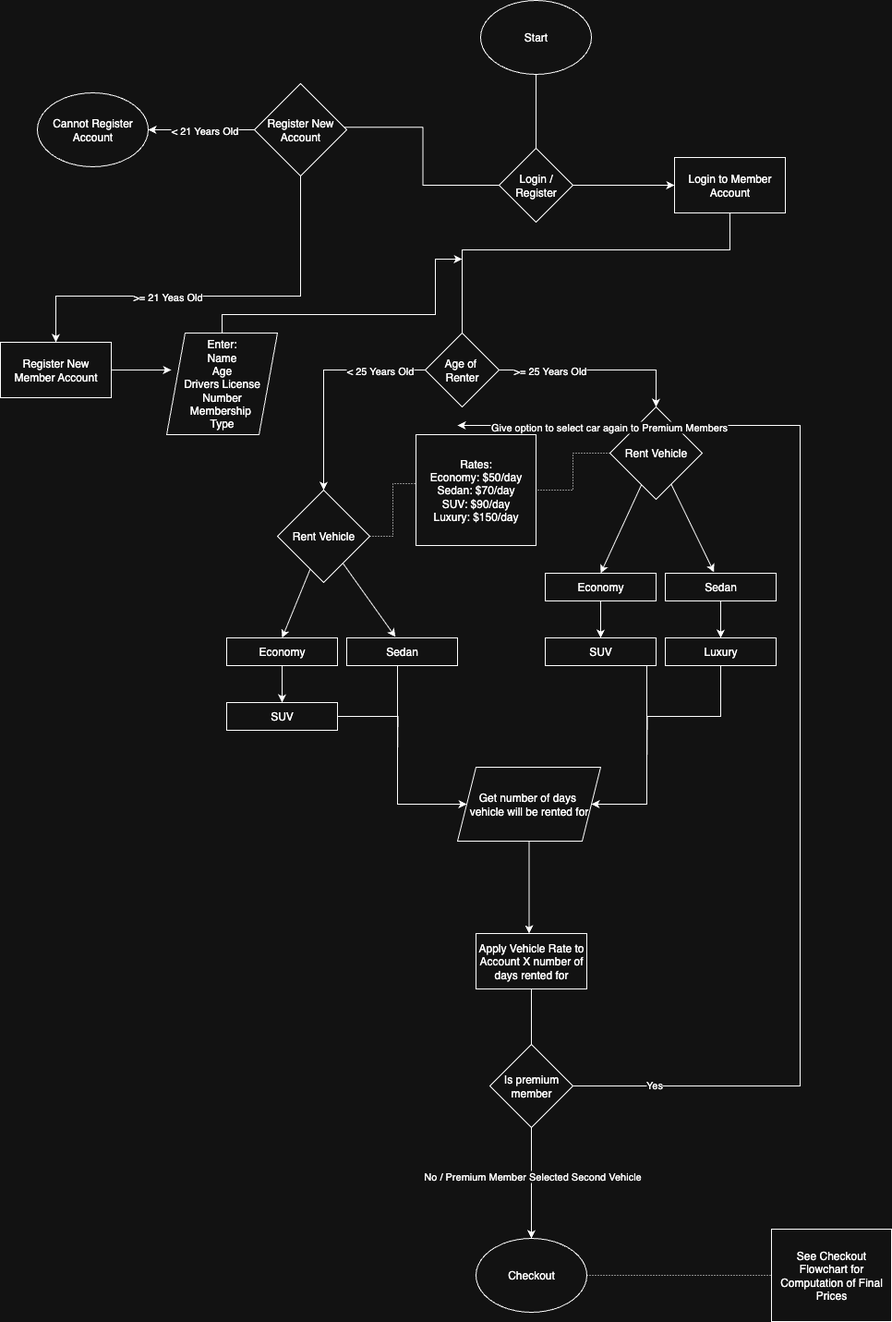
Above: Milestone0.2/Flowcharts/PNGs/[Member Log in and Registration] and [Car Rental Process] Flowchart.drawio.png in Ivanq50/CptS422Project (draw.io), before the change. Source tidied: cells renumbered, new cells last; positions are measured from the earlier drawing's top-left corner, leaving out a move shared by most shapes. Source of this version:
```xml
<mxGraphModel>
  <root>
    <mxCell id="0" />
    <mxCell id="1" parent="0" />
    <mxCell id="2" style="edgeStyle=orthogonalEdgeStyle;rounded=0;jettySize=auto;html=1;endArrow=none;endFill=0;" parent="1" edge="1" source="3" target="6">
      <mxGeometry relative="1" as="geometry" />
    </mxCell>
    <mxCell id="3" value="Start" style="ellipse;whiteSpace=wrap;html=1;" parent="1" vertex="1">
      <mxGeometry x="520" width="120" height="80" as="geometry" />
    </mxCell>
    <mxCell id="4" style="edgeStyle=orthogonalEdgeStyle;rounded=0;jettySize=auto;html=1;entryX=0.945;entryY=0.473;entryDx=0;entryDy=0;entryPerimeter=0;endArrow=none;endFill=0;" parent="1" edge="1" source="6" target="41">
      <mxGeometry relative="1" as="geometry" />
    </mxCell>
    <mxCell id="5" style="edgeStyle=orthogonalEdgeStyle;rounded=0;jettySize=auto;html=1;" parent="1" edge="1" source="6" target="8">
      <mxGeometry relative="1" as="geometry" />
    </mxCell>
    <mxCell id="6" value="Login / Register" style="rhombus;whiteSpace=wrap;html=1;" parent="1" vertex="1">
      <mxGeometry x="540" y="160" width="80" height="80" as="geometry" />
    </mxCell>
    <mxCell id="7" style="edgeStyle=orthogonalEdgeStyle;rounded=0;jettySize=auto;html=1;entryX=0.5;entryY=0;entryDx=0;entryDy=0;endArrow=none;endFill=0;" parent="1" edge="1" source="8" target="35">
      <mxGeometry relative="1" as="geometry">
        <Array as="points">
          <mxPoint x="790" y="270" />
          <mxPoint x="500" y="270" />
        </Array>
      </mxGeometry>
    </mxCell>
    <mxCell id="8" value="Login to Member Account" style="rounded=0;whiteSpace=wrap;html=1;" parent="1" vertex="1">
      <mxGeometry x="730" y="170" width="120" height="60" as="geometry" />
    </mxCell>
    <mxCell id="9" style="rounded=0;jettySize=auto;html=1;entryX=0.5;entryY=0;entryDx=0;entryDy=0;" parent="1" edge="1" source="12" target="15">
      <mxGeometry relative="1" as="geometry" />
    </mxCell>
    <mxCell id="10" style="rounded=0;jettySize=auto;html=1;entryX=0.44;entryY=-0.033;entryDx=0;entryDy=0;entryPerimeter=0;" parent="1" edge="1" source="12" target="21">
      <mxGeometry relative="1" as="geometry" />
    </mxCell>
    <mxCell id="11" style="edgeStyle=orthogonalEdgeStyle;rounded=0;jettySize=auto;html=1;endArrow=none;endFill=0;dashed=1;dashPattern=1 2;" parent="1" edge="1" source="12" target="13">
      <mxGeometry relative="1" as="geometry" />
    </mxCell>
    <mxCell id="12" value="Rent Vehicle" style="rhombus;whiteSpace=wrap;html=1;" parent="1" vertex="1">
      <mxGeometry x="660" y="440" width="100" height="100" as="geometry" />
    </mxCell>
    <mxCell id="13" value="Rates:&lt;br&gt;&lt;div&gt;Economy: $50/day&lt;/div&gt;&lt;div&gt;Sedan: $70/day&lt;/div&gt;&lt;div&gt;SUV: $90/day&lt;/div&gt;&lt;div&gt;Luxury: $150/day&lt;/div&gt;" style="rounded=0;whiteSpace=wrap;html=1;" parent="1" vertex="1">
      <mxGeometry x="450" y="470" width="130" height="120" as="geometry" />
    </mxCell>
    <mxCell id="14" style="edgeStyle=orthogonalEdgeStyle;rounded=0;jettySize=auto;html=1;" parent="1" edge="1" source="15" target="19">
      <mxGeometry relative="1" as="geometry" />
    </mxCell>
    <mxCell id="15" value="Economy" style="rounded=0;whiteSpace=wrap;html=1;" parent="1" vertex="1">
      <mxGeometry x="590" y="620" width="120" height="30" as="geometry" />
    </mxCell>
    <mxCell id="16" style="edgeStyle=orthogonalEdgeStyle;rounded=0;jettySize=auto;html=1;exitX=0.5;exitY=1;exitDx=0;exitDy=0;endArrow=none;endFill=0;" parent="1" edge="1" source="17">
      <mxGeometry relative="1" as="geometry">
        <mxPoint x="700" y="830" as="targetPoint" />
      </mxGeometry>
    </mxCell>
    <mxCell id="17" value="Luxury" style="rounded=0;whiteSpace=wrap;html=1;" parent="1" vertex="1">
      <mxGeometry x="720" y="690" width="120" height="30" as="geometry" />
    </mxCell>
    <mxCell id="18" style="edgeStyle=orthogonalEdgeStyle;rounded=0;jettySize=auto;html=1;" parent="1" edge="1" source="19" target="59">
      <mxGeometry relative="1" as="geometry">
        <Array as="points">
          <mxPoint x="700" y="870" />
        </Array>
      </mxGeometry>
    </mxCell>
    <mxCell id="19" value="SUV" style="rounded=0;whiteSpace=wrap;html=1;" parent="1" vertex="1">
      <mxGeometry x="590" y="690" width="120" height="30" as="geometry" />
    </mxCell>
    <mxCell id="20" style="edgeStyle=orthogonalEdgeStyle;rounded=0;jettySize=auto;html=1;entryX=0.5;entryY=0;entryDx=0;entryDy=0;" parent="1" edge="1" source="21" target="17">
      <mxGeometry relative="1" as="geometry" />
    </mxCell>
    <mxCell id="21" value="Sedan" style="rounded=0;whiteSpace=wrap;html=1;" parent="1" vertex="1">
      <mxGeometry x="720" y="620" width="120" height="30" as="geometry" />
    </mxCell>
    <mxCell id="22" style="rounded=0;jettySize=auto;html=1;entryX=0.5;entryY=0;entryDx=0;entryDy=0;" parent="1" edge="1" source="24" target="26">
      <mxGeometry relative="1" as="geometry" />
    </mxCell>
    <mxCell id="23" style="rounded=0;jettySize=auto;html=1;entryX=0.44;entryY=-0.033;entryDx=0;entryDy=0;entryPerimeter=0;" parent="1" edge="1" source="24" target="30">
      <mxGeometry relative="1" as="geometry" />
    </mxCell>
    <mxCell id="24" value="Rent Vehicle" style="rhombus;whiteSpace=wrap;html=1;" parent="1" vertex="1">
      <mxGeometry x="300" y="530" width="100" height="100" as="geometry" />
    </mxCell>
    <mxCell id="25" style="edgeStyle=orthogonalEdgeStyle;rounded=0;jettySize=auto;html=1;" parent="1" edge="1" source="26" target="28">
      <mxGeometry relative="1" as="geometry" />
    </mxCell>
    <mxCell id="26" value="Economy" style="rounded=0;whiteSpace=wrap;html=1;" parent="1" vertex="1">
      <mxGeometry x="245" y="690" width="120" height="30" as="geometry" />
    </mxCell>
    <mxCell id="27" style="edgeStyle=orthogonalEdgeStyle;rounded=0;jettySize=auto;html=1;endArrow=none;endFill=0;" parent="1" edge="1" source="28">
      <mxGeometry relative="1" as="geometry">
        <mxPoint x="430" y="820" as="targetPoint" />
      </mxGeometry>
    </mxCell>
    <mxCell id="28" value="SUV" style="rounded=0;whiteSpace=wrap;html=1;" parent="1" vertex="1">
      <mxGeometry x="245" y="760" width="120" height="30" as="geometry" />
    </mxCell>
    <mxCell id="29" style="edgeStyle=orthogonalEdgeStyle;rounded=0;jettySize=auto;html=1;" parent="1" edge="1" source="30" target="59">
      <mxGeometry relative="1" as="geometry">
        <Array as="points">
          <mxPoint x="430" y="870" />
        </Array>
      </mxGeometry>
    </mxCell>
    <mxCell id="30" value="Sedan" style="rounded=0;whiteSpace=wrap;html=1;" parent="1" vertex="1">
      <mxGeometry x="375" y="690" width="120" height="30" as="geometry" />
    </mxCell>
    <mxCell id="31" style="edgeStyle=orthogonalEdgeStyle;rounded=0;jettySize=auto;html=1;entryX=0.5;entryY=0;entryDx=0;entryDy=0;" parent="1" edge="1" source="35" target="12">
      <mxGeometry relative="1" as="geometry" />
    </mxCell>
    <mxCell id="32" value="&amp;gt;= 25 Years Old" style="edgeLabel;html=1;align=center;verticalAlign=middle;" parent="31" vertex="1">
      <mxGeometry x="-0.48" relative="1" as="geometry" />
    </mxCell>
    <mxCell id="33" style="edgeStyle=orthogonalEdgeStyle;rounded=0;jettySize=auto;html=1;entryX=0.5;entryY=0;entryDx=0;entryDy=0;" parent="1" edge="1" source="35" target="24">
      <mxGeometry relative="1" as="geometry" />
    </mxCell>
    <mxCell id="34" value="&amp;lt; 25 Years Old" style="edgeLabel;html=1;align=center;verticalAlign=middle;" parent="33" vertex="1">
      <mxGeometry x="-0.07" y="1" relative="1" as="geometry">
        <mxPoint x="59" y="-1" as="offset" />
      </mxGeometry>
    </mxCell>
    <mxCell id="35" value="Age of&amp;nbsp;&lt;div&gt;Renter&lt;/div&gt;" style="rhombus;whiteSpace=wrap;html=1;" parent="1" vertex="1">
      <mxGeometry x="460" y="360" width="80" height="80" as="geometry" />
    </mxCell>
    <mxCell id="36" value="Cannot Register Account" style="ellipse;whiteSpace=wrap;html=1;" parent="1" vertex="1">
      <mxGeometry x="40" y="100" width="120" height="80" as="geometry" />
    </mxCell>
    <mxCell id="37" style="edgeStyle=orthogonalEdgeStyle;rounded=0;jettySize=auto;html=1;entryX=0.5;entryY=0;entryDx=0;entryDy=0;" parent="1" edge="1" source="41" target="42">
      <mxGeometry relative="1" as="geometry">
        <Array as="points">
          <mxPoint x="325" y="320" />
          <mxPoint x="60" y="320" />
        </Array>
      </mxGeometry>
    </mxCell>
    <mxCell id="38" value="&amp;gt;= 21 Yeas Old" style="edgeLabel;html=1;align=center;verticalAlign=middle;" parent="37" vertex="1">
      <mxGeometry x="-0.01" relative="1" as="geometry">
        <mxPoint x="-54" as="offset" />
      </mxGeometry>
    </mxCell>
    <mxCell id="39" style="edgeStyle=orthogonalEdgeStyle;rounded=0;jettySize=auto;html=1;" parent="1" edge="1" source="41" target="36">
      <mxGeometry relative="1" as="geometry" />
    </mxCell>
    <mxCell id="40" value="&amp;lt; 21 Years Old" style="edgeLabel;html=1;align=center;verticalAlign=middle;" parent="39" vertex="1">
      <mxGeometry x="0.12" y="1" relative="1" as="geometry">
        <mxPoint x="9" y="-1" as="offset" />
      </mxGeometry>
    </mxCell>
    <mxCell id="41" value="Register New Account" style="rhombus;whiteSpace=wrap;html=1;" parent="1" vertex="1">
      <mxGeometry x="275" y="90" width="100" height="100" as="geometry" />
    </mxCell>
    <mxCell id="42" value="Register New Member Account" style="rounded=0;whiteSpace=wrap;html=1;" parent="1" vertex="1">
      <mxGeometry y="370" width="120" height="60" as="geometry" />
    </mxCell>
    <mxCell id="43" style="edgeStyle=orthogonalEdgeStyle;rounded=0;jettySize=auto;html=1;entryX=0.5;entryY=0;entryDx=0;entryDy=0;endArrow=none;endFill=0;" parent="1" edge="1" source="44" target="56">
      <mxGeometry relative="1" as="geometry" />
    </mxCell>
    <mxCell id="44" value="Apply Vehicle Rate to Account X number of days rented for" style="rounded=0;whiteSpace=wrap;html=1;" parent="1" vertex="1">
      <mxGeometry x="515" y="1010" width="120" height="60" as="geometry" />
    </mxCell>
    <mxCell id="45" style="edgeStyle=orthogonalEdgeStyle;rounded=0;jettySize=auto;html=1;" parent="1" edge="1" source="46">
      <mxGeometry relative="1" as="geometry">
        <mxPoint x="500" y="280" as="targetPoint" />
        <Array as="points">
          <mxPoint x="240" y="340" />
          <mxPoint x="471" y="340" />
        </Array>
      </mxGeometry>
    </mxCell>
    <mxCell id="46" value="Enter:&lt;div&gt;Name&lt;/div&gt;&lt;div&gt;Age&lt;/div&gt;&lt;div&gt;Drivers License Number&lt;/div&gt;&lt;div&gt;Membership&amp;nbsp;&lt;/div&gt;&lt;div&gt;Type&lt;/div&gt;" style="shape=parallelogram;perimeter=parallelogramPerimeter;whiteSpace=wrap;html=1;fixedSize=1;" parent="1" vertex="1">
      <mxGeometry x="180" y="360" width="120" height="110" as="geometry" />
    </mxCell>
    <mxCell id="47" style="edgeStyle=orthogonalEdgeStyle;rounded=0;jettySize=auto;html=1;entryX=0.042;entryY=0.364;entryDx=0;entryDy=0;entryPerimeter=0;" parent="1" edge="1" source="42" target="46">
      <mxGeometry relative="1" as="geometry" />
    </mxCell>
    <mxCell id="48" style="rounded=0;jettySize=auto;html=1;endArrow=none;endFill=0;dashed=1;dashPattern=1 2;" parent="1" edge="1" source="49" target="50">
      <mxGeometry relative="1" as="geometry" />
    </mxCell>
    <mxCell id="49" value="Checkout" style="ellipse;whiteSpace=wrap;html=1;" parent="1" vertex="1">
      <mxGeometry x="515" y="1340" width="120" height="80" as="geometry" />
    </mxCell>
    <mxCell id="50" value="See Checkout Flowchart for Computation of Final Prices" style="rounded=0;whiteSpace=wrap;html=1;" parent="1" vertex="1">
      <mxGeometry x="835" y="1330" width="130" height="100" as="geometry" />
    </mxCell>
    <mxCell id="51" style="edgeStyle=orthogonalEdgeStyle;rounded=0;jettySize=auto;html=1;jumpStyle=none;" parent="1" edge="1" source="56">
      <mxGeometry relative="1" as="geometry">
        <mxPoint x="495" y="460" as="targetPoint" />
        <Array as="points">
          <mxPoint x="866" y="1175" />
          <mxPoint x="866" y="460" />
        </Array>
      </mxGeometry>
    </mxCell>
    <mxCell id="52" value="Yes" style="edgeLabel;html=1;align=center;verticalAlign=middle;" parent="51" vertex="1">
      <mxGeometry x="-0.87" y="3" relative="1" as="geometry">
        <mxPoint y="1" as="offset" />
      </mxGeometry>
    </mxCell>
    <mxCell id="53" value="Give option to select car again to Premium Members" style="edgeLabel;html=1;align=center;verticalAlign=middle;" parent="51" vertex="1">
      <mxGeometry x="0.76" y="1" relative="1" as="geometry" />
    </mxCell>
    <mxCell id="54" style="edgeStyle=orthogonalEdgeStyle;rounded=0;jettySize=auto;html=1;" parent="1" edge="1" source="56" target="49">
      <mxGeometry relative="1" as="geometry" />
    </mxCell>
    <mxCell id="55" value="No / Premium Member Selected Second Vehicle" style="edgeLabel;html=1;align=center;verticalAlign=middle;" parent="54" vertex="1">
      <mxGeometry x="-0.13" relative="1" as="geometry" />
    </mxCell>
    <mxCell id="56" value="Is premium member" style="rhombus;whiteSpace=wrap;html=1;" parent="1" vertex="1">
      <mxGeometry x="530" y="1130" width="90" height="90" as="geometry" />
    </mxCell>
    <mxCell id="57" style="edgeStyle=orthogonalEdgeStyle;rounded=0;jettySize=auto;html=1;entryX=0;entryY=0.442;entryDx=0;entryDy=0;entryPerimeter=0;endArrow=none;endFill=0;dashed=1;dashPattern=1 2;" parent="1" edge="1" source="24" target="13">
      <mxGeometry relative="1" as="geometry" />
    </mxCell>
    <mxCell id="58" style="edgeStyle=orthogonalEdgeStyle;rounded=0;jettySize=auto;html=1;" parent="1" edge="1" source="59" target="44">
      <mxGeometry relative="1" as="geometry">
        <Array as="points">
          <mxPoint x="573" y="990" />
          <mxPoint x="573" y="990" />
        </Array>
      </mxGeometry>
    </mxCell>
    <mxCell id="59" value="Get number of days&amp;nbsp;&lt;div&gt;vehicle will be rented for&lt;/div&gt;" style="shape=parallelogram;perimeter=parallelogramPerimeter;whiteSpace=wrap;html=1;fixedSize=1;" parent="1" vertex="1">
      <mxGeometry x="495" y="830" width="155" height="80" as="geometry" />
    </mxCell>
  </root>
</mxGraphModel>
```
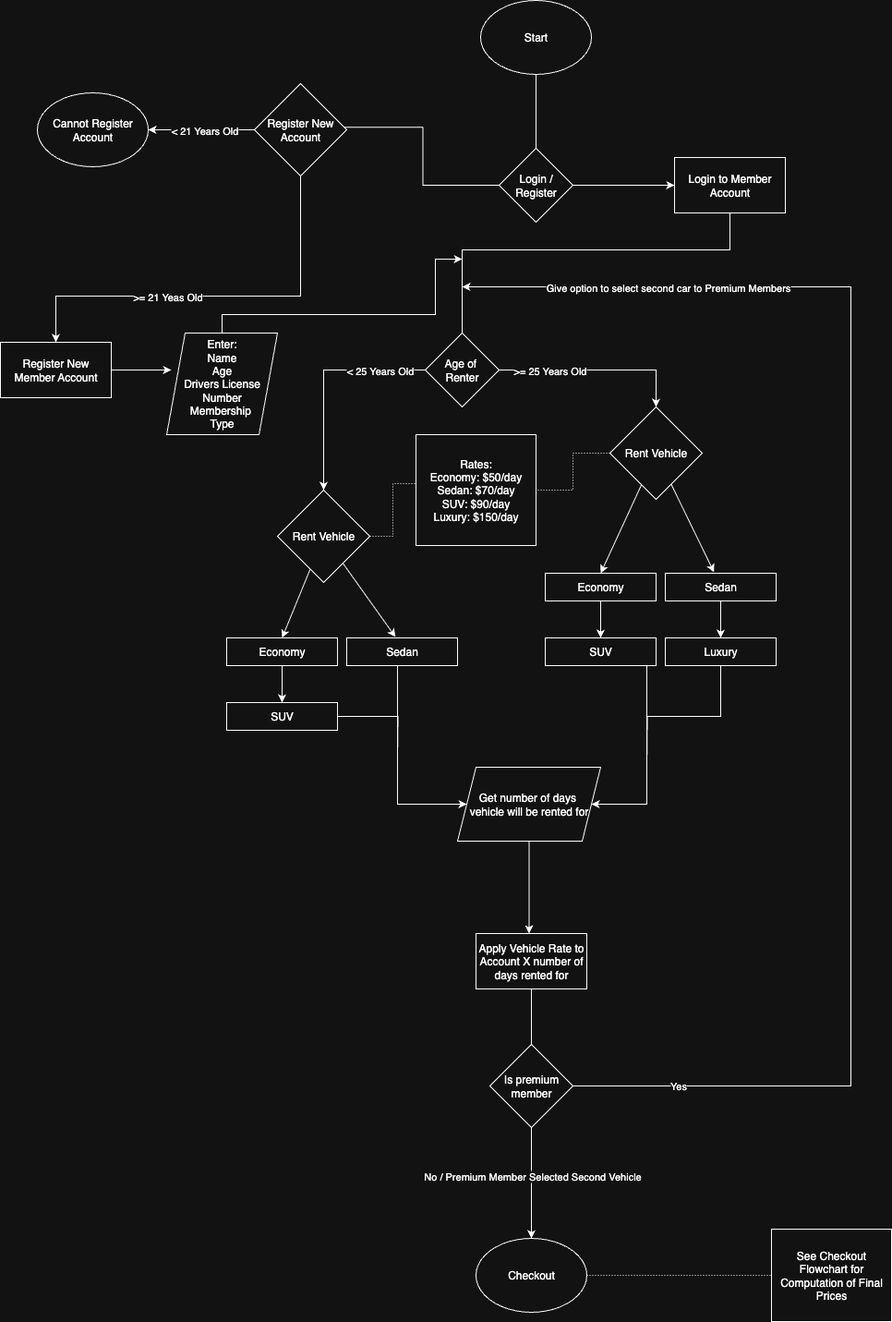
The same diagram one commit later.

Diff of the diagram source:
```diff
@@ -183,29 +183,28 @@
     <mxCell id="50" value="See Checkout Flowchart for Computation of Final Prices" style="rounded=0;whiteSpace=wrap;html=1;" parent="1" vertex="1">
       <mxGeometry x="835" y="1330" width="130" height="100" as="geometry" />
     </mxCell>
-    <mxCell id="51" style="edgeStyle=orthogonalEdgeStyle;rounded=0;jettySize=auto;html=1;jumpStyle=none;" parent="1" edge="1" source="56">
-      <mxGeometry relative="1" as="geometry">
-        <mxPoint x="495" y="460" as="targetPoint" />
-        <Array as="points">
-          <mxPoint x="866" y="1175" />
-          <mxPoint x="866" y="460" />
-        </Array>
-      </mxGeometry>
-    </mxCell>
-    <mxCell id="52" value="Yes" style="edgeLabel;html=1;align=center;verticalAlign=middle;" parent="51" vertex="1">
-      <mxGeometry x="-0.87" y="3" relative="1" as="geometry">
-        <mxPoint y="1" as="offset" />
-      </mxGeometry>
-    </mxCell>
-    <mxCell id="53" value="Give option to select car again to Premium Members" style="edgeLabel;html=1;align=center;verticalAlign=middle;" parent="51" vertex="1">
-      <mxGeometry x="0.76" y="1" relative="1" as="geometry" />
-    </mxCell>
     <mxCell id="54" style="edgeStyle=orthogonalEdgeStyle;rounded=0;jettySize=auto;html=1;" parent="1" edge="1" source="56" target="49">
       <mxGeometry relative="1" as="geometry" />
     </mxCell>
     <mxCell id="55" value="No / Premium Member Selected Second Vehicle" style="edgeLabel;html=1;align=center;verticalAlign=middle;" parent="54" vertex="1">
       <mxGeometry x="-0.13" relative="1" as="geometry" />
     </mxCell>
+    <mxCell id="60" style="edgeStyle=orthogonalEdgeStyle;rounded=0;jettySize=auto;html=1;" parent="1" edge="1" source="56">
+      <mxGeometry relative="1" as="geometry">
+        <mxPoint x="500" y="310" as="targetPoint" />
+        <Array as="points">
+          <mxPoint x="921" y="1175" />
+        </Array>
+      </mxGeometry>
+    </mxCell>
+    <mxCell id="61" value="Give option to select second car to Premium Members" style="edgeLabel;html=1;align=center;verticalAlign=middle;" parent="60" vertex="1">
+      <mxGeometry x="0.72" y="-3" relative="1" as="geometry">
+        <mxPoint y="3" as="offset" />
+      </mxGeometry>
+    </mxCell>
+    <mxCell id="52" value="Yes" style="edgeLabel;html=1;align=center;verticalAlign=middle;" parent="60" vertex="1">
+      <mxGeometry x="-0.86" y="1" relative="1" as="geometry" />
+    </mxCell>
     <mxCell id="56" value="Is premium member" style="rhombus;whiteSpace=wrap;html=1;" parent="1" vertex="1">
       <mxGeometry x="530" y="1130" width="90" height="90" as="geometry" />
     </mxCell>
```
